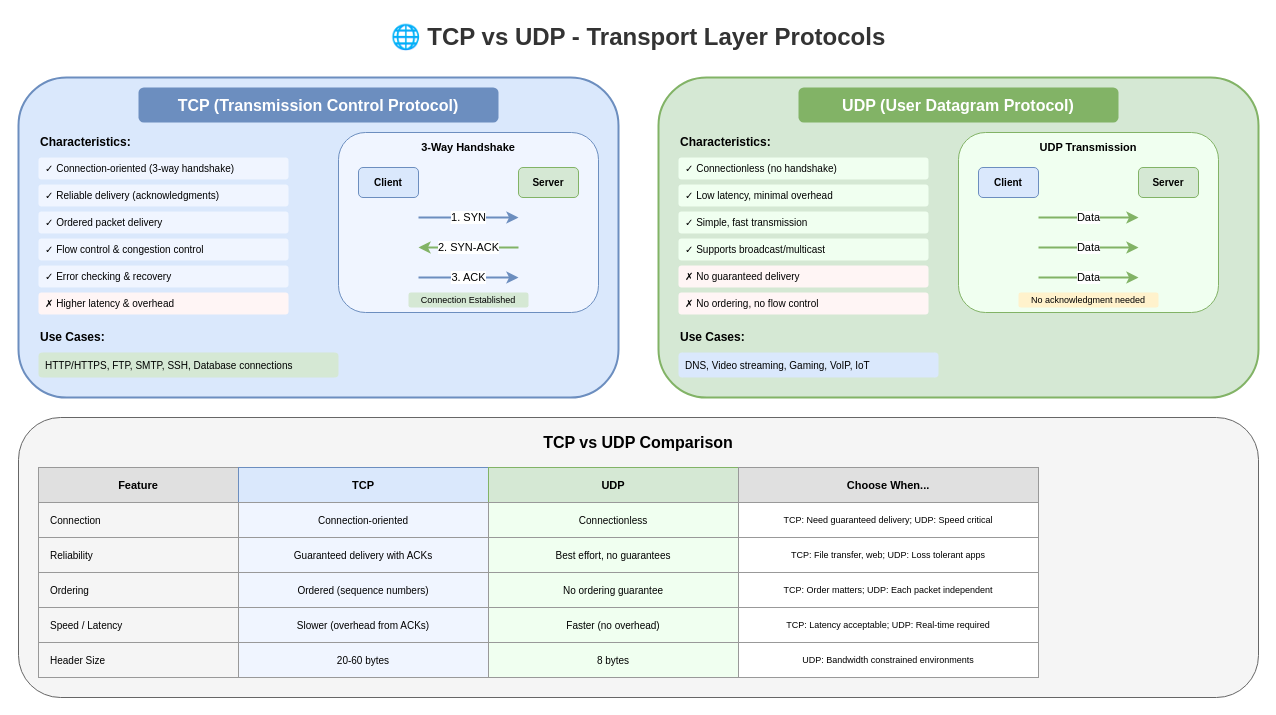
Above: lesson-07-networking/diagrams/1.2-tcp-udp-comparison.drawio in MrParkerZ7/document-lesson-software-architect-x-claude (draw.io), before the change. Source tidied: cells renumbered, new cells numbered last; positions are measured from the earlier drawing's top-left corner, leaving out a move shared by most shapes. Both pictures are drawn from the tidied source at 100%, with x=0, y=0 at pixel (18, 17).
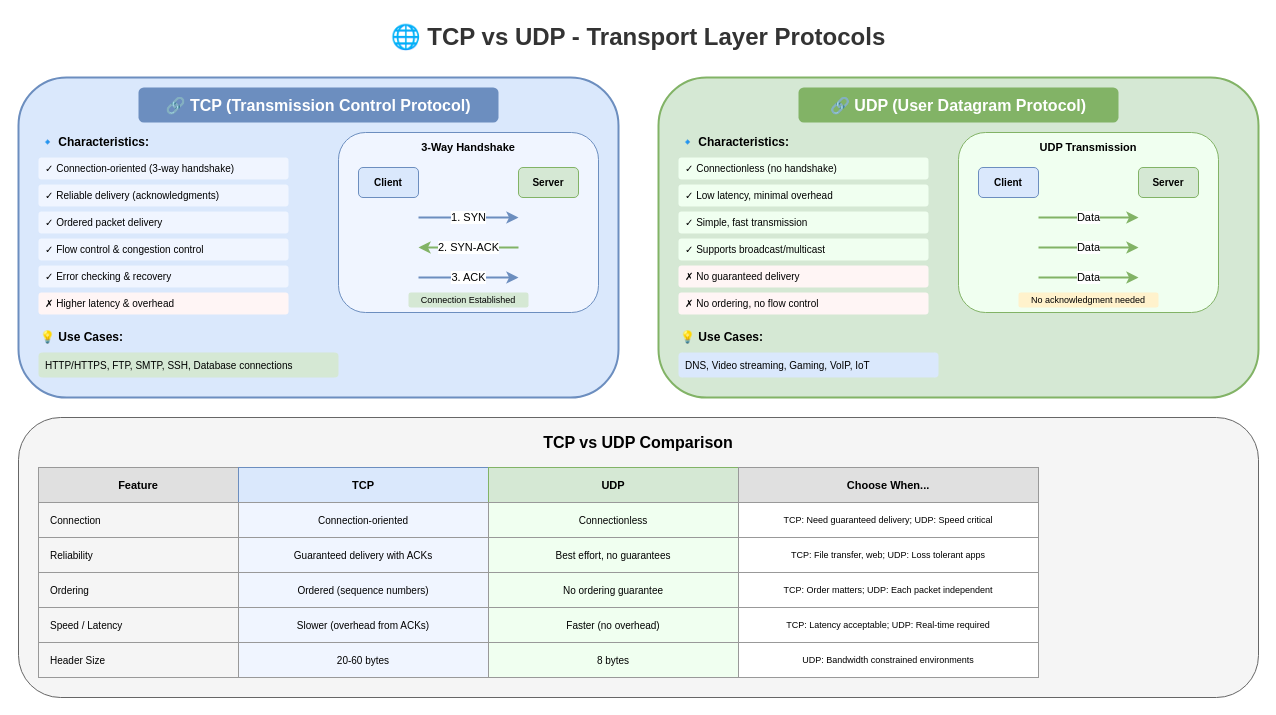
Above is the later version.

Diff of the diagram source:
```diff
@@
-    <mxCell id="4" value="TCP (Transmission Control Protocol)" style="text;html=1;strokeColor=none;fillColor=#6c8ebf;align=center;verticalAlign=middle;whiteSpace=wrap;rounded=1;fontSize=16;fontStyle=1;fontColor=#ffffff;" parent="1" vertex="1">
+    <mxCell id="4" value="🔗 TCP (Transmission Control Protocol)" style="text;html=1;strokeColor=none;fillColor=#6c8ebf;align=center;verticalAlign=middle;whiteSpace=wrap;rounded=1;fontSize=16;fontStyle=1;fontColor=#ffffff;" parent="1" vertex="1">
       <mxGeometry x="120" y="70" width="360" height="35" as="geometry" />
     </mxCell>
-    <mxCell id="5" value="Characteristics:" style="text;html=1;strokeColor=none;fillColor=none;align=left;verticalAlign=middle;whiteSpace=wrap;rounded=0;fontSize=12;fontStyle=1;" parent="1" vertex="1">
+    <mxCell id="5" value="🔹 Characteristics:" style="text;html=1;strokeColor=none;fillColor=none;align=left;verticalAlign=middle;whiteSpace=wrap;rounded=0;fontSize=12;fontStyle=1;" parent="1" vertex="1">
       <mxGeometry x="20" y="115" width="120" height="20" as="geometry" />
     </mxCell>
@@
-    <mxCell id="12" value="Use Cases:" style="text;html=1;strokeColor=none;fillColor=none;align=left;verticalAlign=middle;whiteSpace=wrap;rounded=0;fontSize=12;fontStyle=1;" parent="1" vertex="1">
+    <mxCell id="12" value="💡 Use Cases:" style="text;html=1;strokeColor=none;fillColor=none;align=left;verticalAlign=middle;whiteSpace=wrap;rounded=0;fontSize=12;fontStyle=1;" parent="1" vertex="1">
       <mxGeometry x="20" y="310" width="100" height="20" as="geometry" />
     </mxCell>
@@
-    <mxCell id="23" value="UDP (User Datagram Protocol)" style="text;html=1;strokeColor=none;fillColor=#82b366;align=center;verticalAlign=middle;whiteSpace=wrap;rounded=1;fontSize=16;fontStyle=1;fontColor=#ffffff;" parent="1" vertex="1">
+    <mxCell id="23" value="🔗 UDP (User Datagram Protocol)" style="text;html=1;strokeColor=none;fillColor=#82b366;align=center;verticalAlign=middle;whiteSpace=wrap;rounded=1;fontSize=16;fontStyle=1;fontColor=#ffffff;" parent="1" vertex="1">
       <mxGeometry x="780" y="70" width="320" height="35" as="geometry" />
     </mxCell>
-    <mxCell id="24" value="Characteristics:" style="text;html=1;strokeColor=none;fillColor=none;align=left;verticalAlign=middle;whiteSpace=wrap;rounded=0;fontSize=12;fontStyle=1;" parent="1" vertex="1">
+    <mxCell id="24" value="🔹 Characteristics:" style="text;html=1;strokeColor=none;fillColor=none;align=left;verticalAlign=middle;whiteSpace=wrap;rounded=0;fontSize=12;fontStyle=1;" parent="1" vertex="1">
       <mxGeometry x="660" y="115" width="120" height="20" as="geometry" />
     </mxCell>
@@
-    <mxCell id="31" value="Use Cases:" style="text;html=1;strokeColor=none;fillColor=none;align=left;verticalAlign=middle;whiteSpace=wrap;rounded=0;fontSize=12;fontStyle=1;" parent="1" vertex="1">
+    <mxCell id="31" value="💡 Use Cases:" style="text;html=1;strokeColor=none;fillColor=none;align=left;verticalAlign=middle;whiteSpace=wrap;rounded=0;fontSize=12;fontStyle=1;" parent="1" vertex="1">
       <mxGeometry x="660" y="310" width="100" height="20" as="geometry" />
     </mxCell>
```
